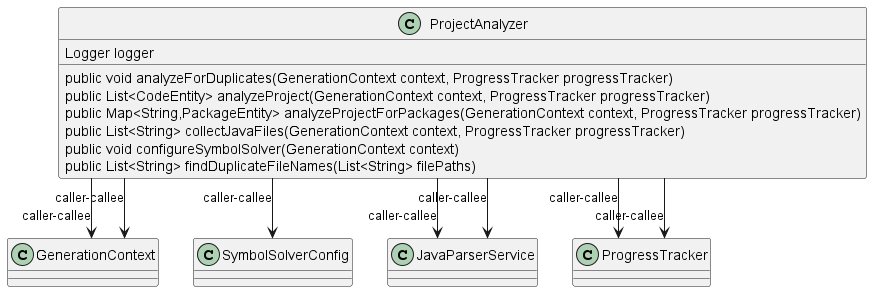
Earlier version of the PlantUML export javadoc/html/images/com_pjsoft_j2arch_uml_util_ProjectAnalyzer.png (jags-programming/j2arch).
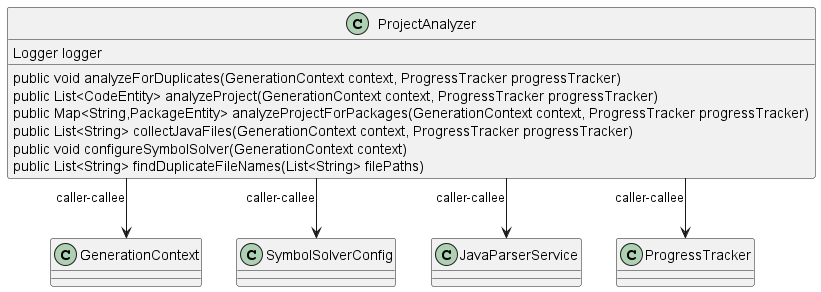
Above is the later version.

Change to the diagram source:
```diff
@@ -11,9 +11,6 @@
 }
 ProjectAnalyzer --> GenerationContext : caller-callee
 ProjectAnalyzer --> SymbolSolverConfig : caller-callee
-ProjectAnalyzer --> GenerationContext : caller-callee
-ProjectAnalyzer --> JavaParserService : caller-callee
 ProjectAnalyzer --> JavaParserService : caller-callee
 ProjectAnalyzer --> ProgressTracker : caller-callee
-ProjectAnalyzer --> ProgressTracker : caller-callee
 @enduml
```
